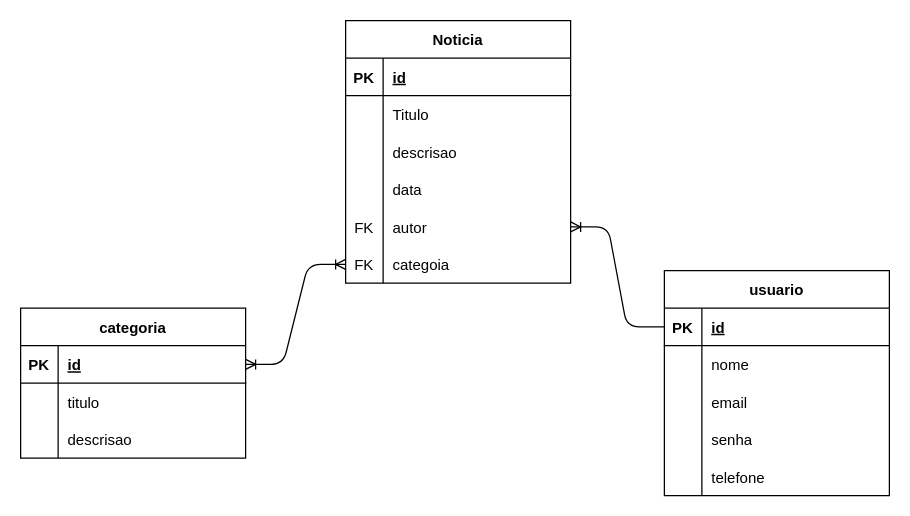
The draw.io diagram backend/demo/docs/DiagramaBanco.drawio in ulisses953/Noticia, before the edit. Source tidied: cells renumbered, new cells numbered last; positions are measured from the earlier drawing's top-left corner, leaving out a move shared by most shapes. Both pictures are drawn from the tidied source at 125%, with x=0, y=0 at pixel (20, 20).
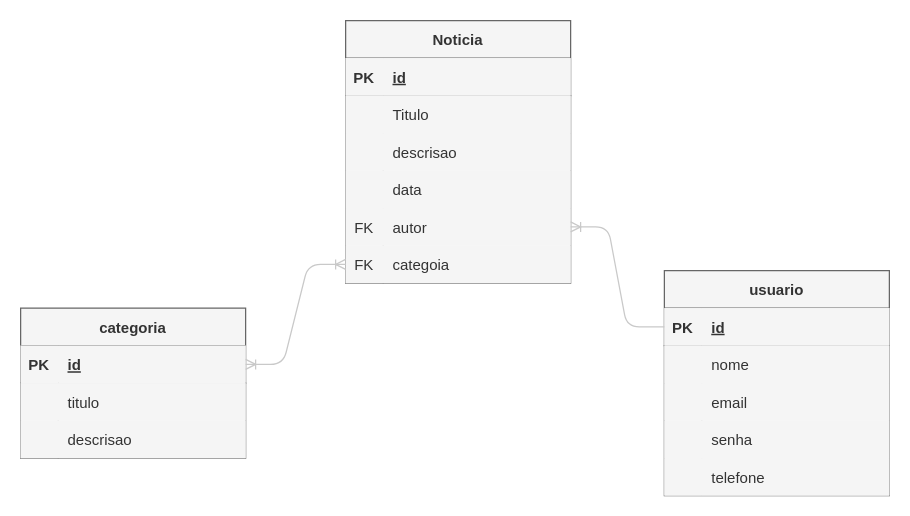
The same page after the edit.

The edit, as a diff of the source:
```diff
@@
-    <mxCell id="2" value="Noticia" style="shape=table;startSize=30;childLayout=tableLayout;rowLines=0;fontStyle=1;align=center;" parent="1" vertex="1">
+    <mxCell id="2" value="Noticia" style="shape=table;startSize=30;childLayout=tableLayout;rowLines=0;fontStyle=1;align=center;fillColor=#f5f5f5;fontColor=#333333;strokeColor=#666666;" parent="1" vertex="1">
       <mxGeometry x="260" width="180" height="210" as="geometry" />
     </mxCell>
-    <mxCell id="3" style="shape=tableRow;horizontal=0;startSize=0;swimlaneHead=0;swimlaneBody=0;fillColor=none;top=0;left=0;right=0;bottom=1;" parent="2" vertex="1">
+    <mxCell id="3" style="shape=tableRow;horizontal=0;startSize=0;swimlaneHead=0;swimlaneBody=0;fillColor=#f5f5f5;top=0;left=0;right=0;bottom=1;fontColor=#333333;strokeColor=#666666;" parent="2" vertex="1">
       <mxGeometry y="30" width="180" height="30" as="geometry" />
     </mxCell>
-    <mxCell id="4" value="PK" style="shape=partialRectangle;fillColor=none;top=0;left=0;bottom=0;right=0;fontStyle=1;overflow=hidden;" parent="3" vertex="1">
+    <mxCell id="4" value="PK" style="shape=partialRectangle;fillColor=#f5f5f5;top=0;left=0;bottom=0;right=0;fontStyle=1;overflow=hidden;fontColor=#333333;strokeColor=#666666;" parent="3" vertex="1">
       <mxGeometry width="30" height="30" as="geometry" />
     </mxCell>
-    <mxCell id="5" value="id" style="shape=partialRectangle;fillColor=none;top=0;left=0;bottom=0;right=0;align=left;spacingLeft=6;fontStyle=5;overflow=hidden;" parent="3" vertex="1">
+    <mxCell id="5" value="id" style="shape=partialRectangle;fillColor=#f5f5f5;top=0;left=0;bottom=0;right=0;align=left;spacingLeft=6;fontStyle=5;overflow=hidden;fontColor=#333333;strokeColor=#666666;" parent="3" vertex="1">
       <mxGeometry x="30" width="150" height="30" as="geometry" />
     </mxCell>
-    <mxCell id="6" style="shape=tableRow;horizontal=0;startSize=0;swimlaneHead=0;swimlaneBody=0;fillColor=none;top=0;left=0;right=0;bottom=0;" parent="2" vertex="1">
+    <mxCell id="6" style="shape=tableRow;horizontal=0;startSize=0;swimlaneHead=0;swimlaneBody=0;fillColor=#f5f5f5;top=0;left=0;right=0;bottom=0;fontColor=#333333;strokeColor=#666666;" parent="2" vertex="1">
       <mxGeometry y="60" width="180" height="30" as="geometry" />
     </mxCell>
-    <mxCell id="7" style="shape=partialRectangle;fillColor=none;top=0;left=0;bottom=0;right=0;overflow=hidden;" parent="6" vertex="1">
+    <mxCell id="7" style="shape=partialRectangle;fillColor=#f5f5f5;top=0;left=0;bottom=0;right=0;overflow=hidden;fontColor=#333333;strokeColor=#666666;" parent="6" vertex="1">
       <mxGeometry width="30" height="30" as="geometry" />
     </mxCell>
-    <mxCell id="8" value="Titulo" style="shape=partialRectangle;fillColor=none;top=0;left=0;bottom=0;right=0;align=left;spacingLeft=6;overflow=hidden;" parent="6" vertex="1">
+    <mxCell id="8" value="Titulo" style="shape=partialRectangle;fillColor=#f5f5f5;top=0;left=0;bottom=0;right=0;align=left;spacingLeft=6;overflow=hidden;fontColor=#333333;strokeColor=#666666;" parent="6" vertex="1">
       <mxGeometry x="30" width="150" height="30" as="geometry" />
     </mxCell>
-    <mxCell id="9" style="shape=tableRow;horizontal=0;startSize=0;swimlaneHead=0;swimlaneBody=0;fillColor=none;top=0;left=0;right=0;bottom=0;" parent="2" vertex="1">
+    <mxCell id="9" style="shape=tableRow;horizontal=0;startSize=0;swimlaneHead=0;swimlaneBody=0;fillColor=#f5f5f5;top=0;left=0;right=0;bottom=0;fontColor=#333333;strokeColor=#666666;" parent="2" vertex="1">
       <mxGeometry y="90" width="180" height="30" as="geometry" />
     </mxCell>
-    <mxCell id="10" style="shape=partialRectangle;fillColor=none;top=0;left=0;bottom=0;right=0;overflow=hidden;" parent="9" vertex="1">
+    <mxCell id="10" style="shape=partialRectangle;fillColor=#f5f5f5;top=0;left=0;bottom=0;right=0;overflow=hidden;fontColor=#333333;strokeColor=#666666;" parent="9" vertex="1">
       <mxGeometry width="30" height="30" as="geometry" />
     </mxCell>
-    <mxCell id="11" value="descrisao" style="shape=partialRectangle;fillColor=none;top=0;left=0;bottom=0;right=0;align=left;spacingLeft=6;overflow=hidden;" parent="9" vertex="1">
+    <mxCell id="11" value="descrisao" style="shape=partialRectangle;fillColor=#f5f5f5;top=0;left=0;bottom=0;right=0;align=left;spacingLeft=6;overflow=hidden;fontColor=#333333;strokeColor=#666666;" parent="9" vertex="1">
       <mxGeometry x="30" width="150" height="30" as="geometry" />
     </mxCell>
-    <mxCell id="12" style="shape=tableRow;horizontal=0;startSize=0;swimlaneHead=0;swimlaneBody=0;fillColor=none;top=0;left=0;right=0;bottom=0;" parent="2" vertex="1">
+    <mxCell id="12" style="shape=tableRow;horizontal=0;startSize=0;swimlaneHead=0;swimlaneBody=0;fillColor=#f5f5f5;top=0;left=0;right=0;bottom=0;fontColor=#333333;strokeColor=#666666;" parent="2" vertex="1">
       <mxGeometry y="120" width="180" height="30" as="geometry" />
     </mxCell>
-    <mxCell id="13" style="shape=partialRectangle;fillColor=none;top=0;left=0;bottom=0;right=0;overflow=hidden;" parent="12" vertex="1">
+    <mxCell id="13" style="shape=partialRectangle;fillColor=#f5f5f5;top=0;left=0;bottom=0;right=0;overflow=hidden;fontColor=#333333;strokeColor=#666666;" parent="12" vertex="1">
       <mxGeometry width="30" height="30" as="geometry" />
     </mxCell>
-    <mxCell id="14" value="data" style="shape=partialRectangle;fillColor=none;top=0;left=0;bottom=0;right=0;align=left;spacingLeft=6;overflow=hidden;" parent="12" vertex="1">
+    <mxCell id="14" value="data" style="shape=partialRectangle;fillColor=#f5f5f5;top=0;left=0;bottom=0;right=0;align=left;spacingLeft=6;overflow=hidden;fontColor=#333333;strokeColor=#666666;" parent="12" vertex="1">
       <mxGeometry x="30" width="150" height="30" as="geometry" />
     </mxCell>
-    <mxCell id="15" style="shape=tableRow;horizontal=0;startSize=0;swimlaneHead=0;swimlaneBody=0;fillColor=none;points=[[0,0.5],[1,0.5]];portConstraint=eastwest;top=0;left=0;right=0;bottom=0;" parent="2" vertex="1">
+    <mxCell id="15" style="shape=tableRow;horizontal=0;startSize=0;swimlaneHead=0;swimlaneBody=0;fillColor=#f5f5f5;points=[[0,0.5],[1,0.5]];portConstraint=eastwest;top=0;left=0;right=0;bottom=0;fontColor=#333333;strokeColor=#666666;" parent="2" vertex="1">
       <mxGeometry y="150" width="180" height="30" as="geometry" />
     </mxCell>
-    <mxCell id="16" value="FK" style="shape=partialRectangle;fillColor=none;top=0;left=0;bottom=0;right=0;overflow=hidden;" parent="15" vertex="1">
+    <mxCell id="16" value="FK" style="shape=partialRectangle;fillColor=#f5f5f5;top=0;left=0;bottom=0;right=0;overflow=hidden;fontColor=#333333;strokeColor=#666666;" parent="15" vertex="1">
       <mxGeometry width="30" height="30" as="geometry" />
     </mxCell>
-    <mxCell id="17" value="autor" style="shape=partialRectangle;fillColor=none;top=0;left=0;bottom=0;right=0;align=left;spacingLeft=6;overflow=hidden;" parent="15" vertex="1">
+    <mxCell id="17" value="autor" style="shape=partialRectangle;fillColor=#f5f5f5;top=0;left=0;bottom=0;right=0;align=left;spacingLeft=6;overflow=hidden;fontColor=#333333;strokeColor=#666666;" parent="15" vertex="1">
       <mxGeometry x="30" width="150" height="30" as="geometry" />
     </mxCell>
-    <mxCell id="18" style="shape=tableRow;horizontal=0;startSize=0;swimlaneHead=0;swimlaneBody=0;fillColor=none;points=[[0,0.5],[1,0.5]];portConstraint=eastwest;top=0;left=0;right=0;bottom=0;" parent="2" vertex="1">
+    <mxCell id="18" style="shape=tableRow;horizontal=0;startSize=0;swimlaneHead=0;swimlaneBody=0;fillColor=#f5f5f5;points=[[0,0.5],[1,0.5]];portConstraint=eastwest;top=0;left=0;right=0;bottom=0;fontColor=#333333;strokeColor=#666666;" parent="2" vertex="1">
       <mxGeometry y="180" width="180" height="30" as="geometry" />
     </mxCell>
-    <mxCell id="19" value="FK" style="shape=partialRectangle;fillColor=none;top=0;left=0;bottom=0;right=0;overflow=hidden;" parent="18" vertex="1">
+    <mxCell id="19" value="FK" style="shape=partialRectangle;fillColor=#f5f5f5;top=0;left=0;bottom=0;right=0;overflow=hidden;fontColor=#333333;strokeColor=#666666;" parent="18" vertex="1">
       <mxGeometry width="30" height="30" as="geometry" />
     </mxCell>
-    <mxCell id="20" value="categoia" style="shape=partialRectangle;fillColor=none;top=0;left=0;bottom=0;right=0;align=left;spacingLeft=6;overflow=hidden;" parent="18" vertex="1">
+    <mxCell id="20" value="categoia" style="shape=partialRectangle;fillColor=#f5f5f5;top=0;left=0;bottom=0;right=0;align=left;spacingLeft=6;overflow=hidden;fontColor=#333333;strokeColor=#666666;" parent="18" vertex="1">
       <mxGeometry x="30" width="150" height="30" as="geometry" />
     </mxCell>
-    <mxCell id="21" value="usuario" style="shape=table;startSize=30;childLayout=tableLayout;rowLines=0;fontStyle=1;align=center;" parent="1" vertex="1">
+    <mxCell id="21" value="usuario" style="shape=table;startSize=30;childLayout=tableLayout;rowLines=0;fontStyle=1;align=center;fillColor=#f5f5f5;fontColor=#333333;strokeColor=#666666;" parent="1" vertex="1">
       <mxGeometry x="515" y="200" width="180" height="180" as="geometry" />
     </mxCell>
-    <mxCell id="22" style="shape=tableRow;horizontal=0;startSize=0;swimlaneHead=0;swimlaneBody=0;fillColor=none;points=[[0,0.5],[1,0.5]];portConstraint=eastwest;top=0;left=0;right=0;bottom=1;" parent="21" vertex="1">
+    <mxCell id="22" style="shape=tableRow;horizontal=0;startSize=0;swimlaneHead=0;swimlaneBody=0;fillColor=#f5f5f5;points=[[0,0.5],[1,0.5]];portConstraint=eastwest;top=0;left=0;right=0;bottom=1;fontColor=#333333;strokeColor=#666666;" parent="21" vertex="1">
       <mxGeometry y="30" width="180" height="30" as="geometry" />
     </mxCell>
-    <mxCell id="23" value="PK" style="shape=partialRectangle;fillColor=none;top=0;left=0;bottom=0;right=0;fontStyle=1;overflow=hidden;" parent="22" vertex="1">
+    <mxCell id="23" value="PK" style="shape=partialRectangle;fillColor=#f5f5f5;top=0;left=0;bottom=0;right=0;fontStyle=1;overflow=hidden;fontColor=#333333;strokeColor=#666666;" parent="22" vertex="1">
       <mxGeometry width="30" height="30" as="geometry" />
     </mxCell>
-    <mxCell id="24" value="id" style="shape=partialRectangle;fillColor=none;top=0;left=0;bottom=0;right=0;align=left;spacingLeft=6;fontStyle=5;overflow=hidden;" parent="22" vertex="1">
+    <mxCell id="24" value="id" style="shape=partialRectangle;fillColor=#f5f5f5;top=0;left=0;bottom=0;right=0;align=left;spacingLeft=6;fontStyle=5;overflow=hidden;fontColor=#333333;strokeColor=#666666;" parent="22" vertex="1">
       <mxGeometry x="30" width="150" height="30" as="geometry" />
     </mxCell>
-    <mxCell id="25" style="shape=tableRow;horizontal=0;startSize=0;swimlaneHead=0;swimlaneBody=0;fillColor=none;top=0;left=0;right=0;bottom=0;" parent="21" vertex="1">
+    <mxCell id="25" style="shape=tableRow;horizontal=0;startSize=0;swimlaneHead=0;swimlaneBody=0;fillColor=#f5f5f5;top=0;left=0;right=0;bottom=0;fontColor=#333333;strokeColor=#666666;" parent="21" vertex="1">
       <mxGeometry y="60" width="180" height="30" as="geometry" />
     </mxCell>
-    <mxCell id="26" style="shape=partialRectangle;fillColor=none;top=0;left=0;bottom=0;right=0;overflow=hidden;" parent="25" vertex="1">
+    <mxCell id="26" style="shape=partialRectangle;fillColor=#f5f5f5;top=0;left=0;bottom=0;right=0;overflow=hidden;fontColor=#333333;strokeColor=#666666;" parent="25" vertex="1">
       <mxGeometry width="30" height="30" as="geometry" />
     </mxCell>
-    <mxCell id="27" value="nome" style="shape=partialRectangle;fillColor=none;top=0;left=0;bottom=0;right=0;align=left;spacingLeft=6;overflow=hidden;" parent="25" vertex="1">
+    <mxCell id="27" value="nome" style="shape=partialRectangle;fillColor=#f5f5f5;top=0;left=0;bottom=0;right=0;align=left;spacingLeft=6;overflow=hidden;fontColor=#333333;strokeColor=#666666;" parent="25" vertex="1">
       <mxGeometry x="30" width="150" height="30" as="geometry" />
     </mxCell>
-    <mxCell id="28" style="shape=tableRow;horizontal=0;startSize=0;swimlaneHead=0;swimlaneBody=0;fillColor=none;top=0;left=0;right=0;bottom=0;" parent="21" vertex="1">
+    <mxCell id="28" style="shape=tableRow;horizontal=0;startSize=0;swimlaneHead=0;swimlaneBody=0;fillColor=#f5f5f5;top=0;left=0;right=0;bottom=0;fontColor=#333333;strokeColor=#666666;" parent="21" vertex="1">
       <mxGeometry y="90" width="180" height="30" as="geometry" />
     </mxCell>
-    <mxCell id="29" style="shape=partialRectangle;fillColor=none;top=0;left=0;bottom=0;right=0;overflow=hidden;" parent="28" vertex="1">
+    <mxCell id="29" style="shape=partialRectangle;fillColor=#f5f5f5;top=0;left=0;bottom=0;right=0;overflow=hidden;fontColor=#333333;strokeColor=#666666;" parent="28" vertex="1">
       <mxGeometry width="30" height="30" as="geometry" />
     </mxCell>
-    <mxCell id="30" value="email" style="shape=partialRectangle;fillColor=none;top=0;left=0;bottom=0;right=0;align=left;spacingLeft=6;overflow=hidden;" parent="28" vertex="1">
+    <mxCell id="30" value="email" style="shape=partialRectangle;fillColor=#f5f5f5;top=0;left=0;bottom=0;right=0;align=left;spacingLeft=6;overflow=hidden;fontColor=#333333;strokeColor=#666666;" parent="28" vertex="1">
       <mxGeometry x="30" width="150" height="30" as="geometry" />
     </mxCell>
-    <mxCell id="31" style="shape=tableRow;horizontal=0;startSize=0;swimlaneHead=0;swimlaneBody=0;fillColor=none;top=0;left=0;right=0;bottom=0;" parent="21" vertex="1">
+    <mxCell id="31" style="shape=tableRow;horizontal=0;startSize=0;swimlaneHead=0;swimlaneBody=0;fillColor=#f5f5f5;top=0;left=0;right=0;bottom=0;fontColor=#333333;strokeColor=#666666;" parent="21" vertex="1">
       <mxGeometry y="120" width="180" height="30" as="geometry" />
     </mxCell>
-    <mxCell id="32" style="shape=partialRectangle;fillColor=none;top=0;left=0;bottom=0;right=0;overflow=hidden;" parent="31" vertex="1">
+    <mxCell id="32" style="shape=partialRectangle;fillColor=#f5f5f5;top=0;left=0;bottom=0;right=0;overflow=hidden;fontColor=#333333;strokeColor=#666666;" parent="31" vertex="1">
       <mxGeometry width="30" height="30" as="geometry" />
     </mxCell>
-    <mxCell id="33" value="senha" style="shape=partialRectangle;fillColor=none;top=0;left=0;bottom=0;right=0;align=left;spacingLeft=6;overflow=hidden;" parent="31" vertex="1">
+    <mxCell id="33" value="senha" style="shape=partialRectangle;fillColor=#f5f5f5;top=0;left=0;bottom=0;right=0;align=left;spacingLeft=6;overflow=hidden;fontColor=#333333;strokeColor=#666666;" parent="31" vertex="1">
       <mxGeometry x="30" width="150" height="30" as="geometry" />
     </mxCell>
-    <mxCell id="34" style="shape=tableRow;horizontal=0;startSize=0;swimlaneHead=0;swimlaneBody=0;fillColor=none;top=0;left=0;right=0;bottom=0;" parent="21" vertex="1">
+    <mxCell id="34" style="shape=tableRow;horizontal=0;startSize=0;swimlaneHead=0;swimlaneBody=0;fillColor=#f5f5f5;top=0;left=0;right=0;bottom=0;fontColor=#333333;strokeColor=#666666;" parent="21" vertex="1">
       <mxGeometry y="150" width="180" height="30" as="geometry" />
     </mxCell>
-    <mxCell id="35" style="shape=partialRectangle;fillColor=none;top=0;left=0;bottom=0;right=0;overflow=hidden;" parent="34" vertex="1">
+    <mxCell id="35" style="shape=partialRectangle;fillColor=#f5f5f5;top=0;left=0;bottom=0;right=0;overflow=hidden;fontColor=#333333;strokeColor=#666666;" parent="34" vertex="1">
       <mxGeometry width="30" height="30" as="geometry" />
     </mxCell>
-    <mxCell id="36" value="telefone" style="shape=partialRectangle;fillColor=none;top=0;left=0;bottom=0;right=0;align=left;spacingLeft=6;overflow=hidden;" parent="34" vertex="1">
+    <mxCell id="36" value="telefone" style="shape=partialRectangle;fillColor=#f5f5f5;top=0;left=0;bottom=0;right=0;align=left;spacingLeft=6;overflow=hidden;fontColor=#333333;strokeColor=#666666;" parent="34" vertex="1">
       <mxGeometry x="30" width="150" height="30" as="geometry" />
     </mxCell>
-    <mxCell id="37" style="edgeStyle=entityRelationEdgeStyle;fontSize=12;html=1;endArrow=ERoneToMany;entryX=1;entryY=0.5;entryDx=0;entryDy=0;exitX=0;exitY=0.5;exitDx=0;exitDy=0;" parent="1" edge="1" source="22" target="15">
+    <mxCell id="37" style="edgeStyle=entityRelationEdgeStyle;fontSize=12;html=1;endArrow=ERoneToMany;entryX=1;entryY=0.5;entryDx=0;entryDy=0;exitX=0;exitY=0.5;exitDx=0;exitDy=0;fillColor=#f5f5f5;strokeColor=#C9C9C9;" parent="1" edge="1" source="22" target="15">
       <mxGeometry relative="1" as="geometry" />
     </mxCell>
-    <mxCell id="38" value="categoria" style="shape=table;startSize=30;childLayout=tableLayout;rowLines=0;fontStyle=1;align=center;" parent="1" vertex="1">
+    <mxCell id="38" value="categoria" style="shape=table;startSize=30;childLayout=tableLayout;rowLines=0;fontStyle=1;align=center;fillColor=#f5f5f5;fontColor=#333333;strokeColor=#666666;" parent="1" vertex="1">
       <mxGeometry y="230" width="180" height="120" as="geometry" />
     </mxCell>
-    <mxCell id="39" style="shape=tableRow;horizontal=0;startSize=0;swimlaneHead=0;swimlaneBody=0;fillColor=none;points=[[0,0.5],[1,0.5]];portConstraint=eastwest;top=0;left=0;right=0;bottom=1;" parent="38" vertex="1">
+    <mxCell id="39" style="shape=tableRow;horizontal=0;startSize=0;swimlaneHead=0;swimlaneBody=0;fillColor=#f5f5f5;points=[[0,0.5],[1,0.5]];portConstraint=eastwest;top=0;left=0;right=0;bottom=1;fontColor=#333333;strokeColor=#666666;" parent="38" vertex="1">
       <mxGeometry y="30" width="180" height="30" as="geometry" />
     </mxCell>
-    <mxCell id="40" value="PK" style="shape=partialRectangle;fillColor=none;top=0;left=0;bottom=0;right=0;fontStyle=1;overflow=hidden;" parent="39" vertex="1">
+    <mxCell id="40" value="PK" style="shape=partialRectangle;fillColor=#f5f5f5;top=0;left=0;bottom=0;right=0;fontStyle=1;overflow=hidden;fontColor=#333333;strokeColor=#666666;" parent="39" vertex="1">
       <mxGeometry width="30" height="30" as="geometry" />
     </mxCell>
-    <mxCell id="41" value="id" style="shape=partialRectangle;fillColor=none;top=0;left=0;bottom=0;right=0;align=left;spacingLeft=6;fontStyle=5;overflow=hidden;" parent="39" vertex="1">
+    <mxCell id="41" value="id" style="shape=partialRectangle;fillColor=#f5f5f5;top=0;left=0;bottom=0;right=0;align=left;spacingLeft=6;fontStyle=5;overflow=hidden;fontColor=#333333;strokeColor=#666666;" parent="39" vertex="1">
       <mxGeometry x="30" width="150" height="30" as="geometry" />
     </mxCell>
-    <mxCell id="42" style="shape=tableRow;horizontal=0;startSize=0;swimlaneHead=0;swimlaneBody=0;fillColor=none;top=0;left=0;right=0;bottom=0;" parent="38" vertex="1">
+    <mxCell id="42" style="shape=tableRow;horizontal=0;startSize=0;swimlaneHead=0;swimlaneBody=0;fillColor=#f5f5f5;top=0;left=0;right=0;bottom=0;fontColor=#333333;strokeColor=#666666;" parent="38" vertex="1">
       <mxGeometry y="60" width="180" height="30" as="geometry" />
     </mxCell>
-    <mxCell id="43" style="shape=partialRectangle;fillColor=none;top=0;left=0;bottom=0;right=0;overflow=hidden;" parent="42" vertex="1">
+    <mxCell id="43" style="shape=partialRectangle;fillColor=#f5f5f5;top=0;left=0;bottom=0;right=0;overflow=hidden;fontColor=#333333;strokeColor=#666666;" parent="42" vertex="1">
       <mxGeometry width="30" height="30" as="geometry" />
     </mxCell>
-    <mxCell id="44" value="titulo" style="shape=partialRectangle;fillColor=none;top=0;left=0;bottom=0;right=0;align=left;spacingLeft=6;overflow=hidden;" parent="42" vertex="1">
+    <mxCell id="44" value="titulo" style="shape=partialRectangle;fillColor=#f5f5f5;top=0;left=0;bottom=0;right=0;align=left;spacingLeft=6;overflow=hidden;fontColor=#333333;strokeColor=#666666;" parent="42" vertex="1">
       <mxGeometry x="30" width="150" height="30" as="geometry" />
     </mxCell>
-    <mxCell id="45" style="shape=tableRow;horizontal=0;startSize=0;swimlaneHead=0;swimlaneBody=0;fillColor=none;top=0;left=0;right=0;bottom=0;" parent="38" vertex="1">
+    <mxCell id="45" style="shape=tableRow;horizontal=0;startSize=0;swimlaneHead=0;swimlaneBody=0;fillColor=#f5f5f5;top=0;left=0;right=0;bottom=0;fontColor=#333333;strokeColor=#666666;" parent="38" vertex="1">
       <mxGeometry y="90" width="180" height="30" as="geometry" />
     </mxCell>
-    <mxCell id="46" style="shape=partialRectangle;fillColor=none;top=0;left=0;bottom=0;right=0;overflow=hidden;" parent="45" vertex="1">
+    <mxCell id="46" style="shape=partialRectangle;fillColor=#f5f5f5;top=0;left=0;bottom=0;right=0;overflow=hidden;fontColor=#333333;strokeColor=#666666;" parent="45" vertex="1">
       <mxGeometry width="30" height="30" as="geometry" />
     </mxCell>
-    <mxCell id="47" value="descrisao" style="shape=partialRectangle;fillColor=none;top=0;left=0;bottom=0;right=0;align=left;spacingLeft=6;overflow=hidden;" parent="45" vertex="1">
+    <mxCell id="47" value="descrisao" style="shape=partialRectangle;fillColor=#f5f5f5;top=0;left=0;bottom=0;right=0;align=left;spacingLeft=6;overflow=hidden;fontColor=#333333;strokeColor=#666666;" parent="45" vertex="1">
       <mxGeometry x="30" width="150" height="30" as="geometry" />
     </mxCell>
-    <mxCell id="48" style="edgeStyle=entityRelationEdgeStyle;fontSize=12;html=1;endArrow=ERoneToMany;startArrow=ERoneToMany;entryX=0;entryY=0.5;entryDx=0;entryDy=0;exitX=1;exitY=0.5;exitDx=0;exitDy=0;" parent="1" edge="1" source="39" target="18">
+    <mxCell id="48" style="edgeStyle=entityRelationEdgeStyle;fontSize=12;html=1;endArrow=ERoneToMany;startArrow=ERoneToMany;entryX=0;entryY=0.5;entryDx=0;entryDy=0;exitX=1;exitY=0.5;exitDx=0;exitDy=0;fillColor=#f5f5f5;strokeColor=#C9C9C9;" parent="1" edge="1" source="39" target="18">
       <mxGeometry relative="1" as="geometry" />
     </mxCell>
```
